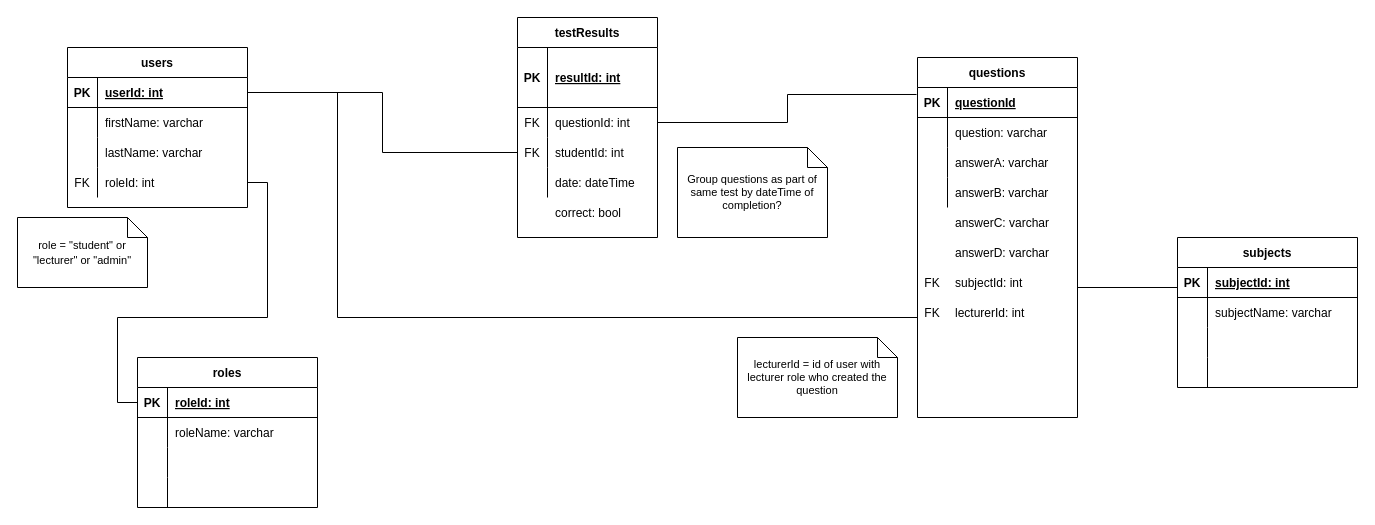
Before: Designs/csd db diagram.drawio in westoncollab/csd, a draw.io diagram. Source tidied: cells renumbered, new cells numbered last; positions are measured from the earlier drawing's top-left corner, leaving out a move shared by most shapes. Both pictures are drawn from the tidied source at 100%, with x=0, y=0 at pixel (17, 17).
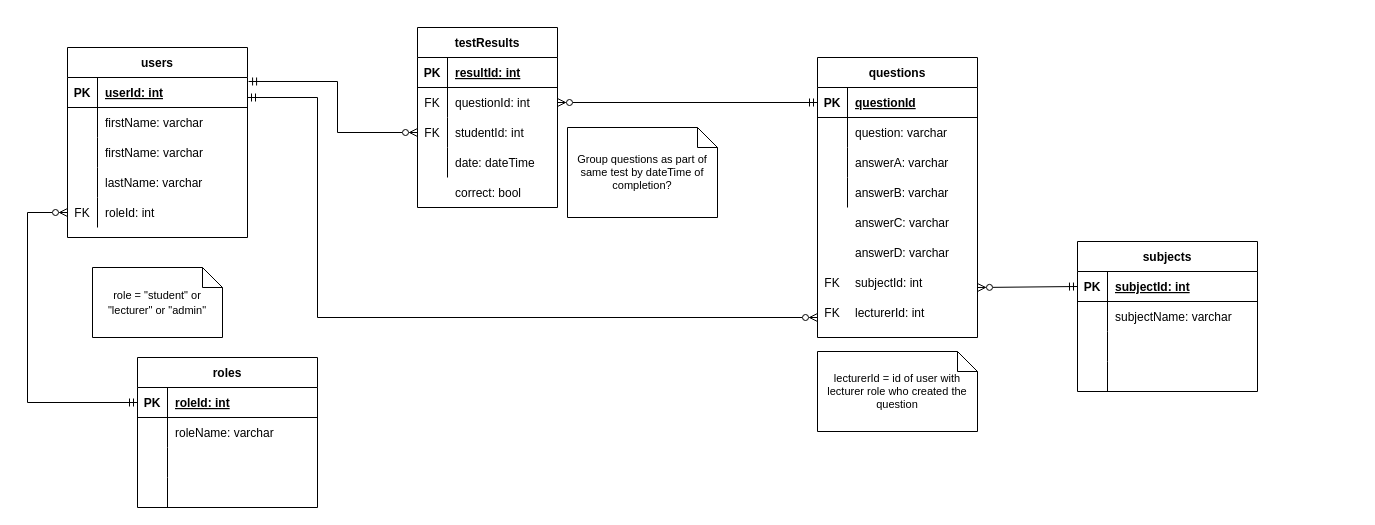
After the change.

Commit message:
add multiplicity/optionality to db diagram

The change refers to these unchanged cells:
```xml
<mxCell id="3" style="shape=tableRow;horizontal=0;startSize=0;swimlaneHead=0;swimlaneBody=0;fillColor=none;points=[[0,0.5],[1,0.5]];portConstraint=eastwest;top=0;left=0;right=0;bottom=1;" parent="2" vertex="1">
  <mxGeometry y="30" width="180" height="30" as="geometry" />
</mxCell>
<mxCell id="16" style="shape=tableRow;horizontal=0;startSize=0;swimlaneHead=0;swimlaneBody=0;fillColor=none;points=[[0,0.5],[1,0.5]];portConstraint=eastwest;top=0;left=0;right=0;bottom=1;" parent="15" vertex="1">
  <mxGeometry y="30" width="180" height="30" as="geometry" />
</mxCell>
<mxCell id="45" style="shape=tableRow;horizontal=0;startSize=0;swimlaneHead=0;swimlaneBody=0;fillColor=none;points=[[0,0.5],[1,0.5]];portConstraint=eastwest;top=0;left=0;right=0;bottom=1;" parent="44" vertex="1">
  <mxGeometry y="30" width="160" height="30" as="geometry" />
</mxCell>
<mxCell id="70" style="shape=tableRow;horizontal=0;startSize=0;swimlaneHead=0;swimlaneBody=0;fillColor=none;points=[[0,0.5],[1,0.5]];portConstraint=eastwest;top=0;left=0;right=0;bottom=1;fontSize=12;" parent="69" vertex="1">
  <mxGeometry y="30" width="180" height="30" as="geometry" />
</mxCell>
```

Diff of the diagram source:
```diff
@@
     <mxCell id="2" value="users" style="shape=table;startSize=30;childLayout=tableLayout;rowLines=0;fontStyle=1;align=center;" parent="1" vertex="1">
-      <mxGeometry x="50" y="30" width="180" height="160" as="geometry" />
+      <mxGeometry x="50" y="30" width="180" height="190" as="geometry" />
     </mxCell>
@@
+    <mxCell id="83" style="shape=tableRow;horizontal=0;startSize=0;swimlaneHead=0;swimlaneBody=0;fillColor=none;top=0;left=0;right=0;bottom=0;" parent="2" vertex="1">
+      <mxGeometry y="90" width="180" height="30" as="geometry" />
+    </mxCell>
+    <mxCell id="84" style="shape=partialRectangle;fillColor=none;top=0;left=0;bottom=0;right=0;overflow=hidden;" parent="83" vertex="1">
+      <mxGeometry width="30" height="30" as="geometry" />
+    </mxCell>
+    <mxCell id="85" value="firstName: varchar" style="shape=partialRectangle;fillColor=none;top=0;left=0;bottom=0;right=0;align=left;spacingLeft=6;overflow=hidden;" parent="83" vertex="1">
+      <mxGeometry x="30" width="150" height="30" as="geometry" />
+    </mxCell>
     <mxCell id="9" style="shape=tableRow;horizontal=0;startSize=0;swimlaneHead=0;swimlaneBody=0;fillColor=none;top=0;left=0;right=0;bottom=0;" parent="2" vertex="1">
-      <mxGeometry y="90" width="180" height="30" as="geometry" />
+      <mxGeometry y="120" width="180" height="30" as="geometry" />
     </mxCell>
@@
     <mxCell id="12" style="shape=tableRow;horizontal=0;startSize=0;swimlaneHead=0;swimlaneBody=0;fillColor=none;points=[[0,0.5],[1,0.5]];portConstraint=eastwest;top=0;left=0;right=0;bottom=0;" parent="2" vertex="1">
-      <mxGeometry y="120" width="180" height="30" as="geometry" />
+      <mxGeometry y="150" width="180" height="30" as="geometry" />
     </mxCell>
@@
     <mxCell id="15" value="subjects" style="shape=table;startSize=30;childLayout=tableLayout;rowLines=0;fontStyle=1;align=center;" parent="1" vertex="1">
-      <mxGeometry x="1160" y="220" width="180" height="150" as="geometry" />
+      <mxGeometry x="1060" y="224" width="180" height="150" as="geometry" />
     </mxCell>
@@
     <mxCell id="28" value="testResults" style="shape=table;startSize=30;childLayout=tableLayout;rowLines=0;fontStyle=1;align=center;" parent="1" vertex="1">
-      <mxGeometry x="500" width="140" height="220" as="geometry" />
+      <mxGeometry x="400" y="10" width="140" height="180" as="geometry" />
     </mxCell>
     <mxCell id="29" style="shape=tableRow;horizontal=0;startSize=0;swimlaneHead=0;swimlaneBody=0;fillColor=none;top=0;left=0;right=0;bottom=1;" parent="28" vertex="1">
-      <mxGeometry y="30" width="140" height="60" as="geometry" />
+      <mxGeometry y="30" width="140" height="30" as="geometry" />
     </mxCell>
     <mxCell id="30" value="PK" style="shape=partialRectangle;fillColor=none;top=0;left=0;bottom=0;right=0;fontStyle=1;overflow=hidden;" parent="29" vertex="1">
-      <mxGeometry width="30" height="60" as="geometry" />
+      <mxGeometry width="30" height="30" as="geometry" />
     </mxCell>
     <mxCell id="31" value="resultId: int" style="shape=partialRectangle;fillColor=none;top=0;left=0;bottom=0;right=0;align=left;spacingLeft=6;fontStyle=5;overflow=hidden;" parent="29" vertex="1">
-      <mxGeometry x="30" width="110" height="60" as="geometry" />
+      <mxGeometry x="30" width="110" height="30" as="geometry" />
     </mxCell>
     <mxCell id="32" style="shape=tableRow;horizontal=0;startSize=0;swimlaneHead=0;swimlaneBody=0;fillColor=none;points=[[0,0.5],[1,0.5]];portConstraint=eastwest;top=0;left=0;right=0;bottom=0;" parent="28" vertex="1">
-      <mxGeometry y="90" width="140" height="30" as="geometry" />
+      <mxGeometry y="60" width="140" height="30" as="geometry" />
     </mxCell>
@@
     <mxCell id="35" style="shape=tableRow;horizontal=0;startSize=0;swimlaneHead=0;swimlaneBody=0;fillColor=none;points=[[0,0.5],[1,0.5]];portConstraint=eastwest;top=0;left=0;right=0;bottom=0;" parent="28" vertex="1">
-      <mxGeometry y="120" width="140" height="30" as="geometry" />
+      <mxGeometry y="90" width="140" height="30" as="geometry" />
     </mxCell>
@@
     <mxCell id="38" style="shape=tableRow;horizontal=0;startSize=0;swimlaneHead=0;swimlaneBody=0;fillColor=none;top=0;left=0;right=0;bottom=0;" parent="28" vertex="1">
-      <mxGeometry y="150" width="140" height="30" as="geometry" />
+      <mxGeometry y="120" width="140" height="30" as="geometry" />
     </mxCell>
@@
-    <mxCell id="41" style="edgeStyle=orthogonalEdgeStyle;rounded=0;jettySize=auto;html=1;entryX=0;entryY=0.5;entryDx=0;entryDy=0;endArrow=none;endFill=0;" parent="1" edge="1" target="16">
+    <mxCell id="41" style="edgeStyle=orthogonalEdgeStyle;rounded=0;jettySize=auto;html=1;entryX=0;entryY=0.5;entryDx=0;entryDy=0;endArrow=ERmandOne;endFill=0;startArrow=ERzeroToMany;startFill=0;" parent="1" edge="1" target="16">
       <mxGeometry relative="1" as="geometry">
-        <mxPoint x="1060" y="270" as="sourcePoint" />
+        <mxPoint x="960" y="270" as="sourcePoint" />
         <Array as="points">
-          <mxPoint x="1160" y="270" />
+          <mxPoint x="1060" y="270" />
         </Array>
       </mxGeometry>
     </mxCell>
     <mxCell id="42" value="answerC: varchar" style="shape=partialRectangle;fillColor=none;top=0;left=0;bottom=0;right=0;align=left;spacingLeft=6;overflow=hidden;" parent="1" vertex="1">
-      <mxGeometry x="930" y="190" width="120" height="30" as="geometry" />
+      <mxGeometry x="830" y="190" width="120" height="30" as="geometry" />
     </mxCell>
     <mxCell id="43" value="answerD: varchar" style="shape=partialRectangle;fillColor=none;top=0;left=0;bottom=0;right=0;align=left;spacingLeft=6;overflow=hidden;" parent="1" vertex="1">
-      <mxGeometry x="930" y="220" width="120" height="30" as="geometry" />
+      <mxGeometry x="830" y="220" width="120" height="30" as="geometry" />
     </mxCell>
     <mxCell id="44" value="questions" style="shape=table;startSize=30;childLayout=tableLayout;rowLines=0;fontStyle=1;align=center;" parent="1" vertex="1">
-      <mxGeometry x="900" y="40" width="160" height="360" as="geometry" />
+      <mxGeometry x="800" y="40" width="160" height="280" as="geometry" />
     </mxCell>
@@
-    <mxCell id="57" style="edgeStyle=orthogonalEdgeStyle;rounded=0;jettySize=auto;html=1;exitX=1;exitY=0.5;exitDx=0;exitDy=0;entryX=-0.006;entryY=0.233;entryDx=0;entryDy=0;entryPerimeter=0;endArrow=none;endFill=0;" parent="1" edge="1" source="32" target="45">
+    <mxCell id="57" style="edgeStyle=orthogonalEdgeStyle;rounded=0;jettySize=auto;html=1;exitX=1;exitY=0.5;exitDx=0;exitDy=0;entryX=0;entryY=0.5;entryDx=0;entryDy=0;endArrow=ERmandOne;endFill=0;startArrow=ERzeroToMany;startFill=0;" parent="1" edge="1" source="32" target="45">
       <mxGeometry relative="1" as="geometry" />
     </mxCell>
-    <mxCell id="58" style="edgeStyle=orthogonalEdgeStyle;rounded=0;jettySize=auto;html=1;exitX=0;exitY=0.5;exitDx=0;exitDy=0;entryX=1;entryY=0.5;entryDx=0;entryDy=0;endArrow=none;endFill=0;" parent="1" edge="1" source="35" target="3">
-      <mxGeometry relative="1" as="geometry" />
+    <mxCell id="58" style="edgeStyle=orthogonalEdgeStyle;rounded=0;jettySize=auto;html=1;exitX=0;exitY=0.5;exitDx=0;exitDy=0;endArrow=ERmandOne;endFill=0;startArrow=ERzeroToMany;startFill=0;entryX=1.006;entryY=0.133;entryDx=0;entryDy=0;entryPerimeter=0;" parent="1" edge="1" source="35" target="3">
+      <mxGeometry relative="1" as="geometry">
+        <Array as="points">
+          <mxPoint x="320" y="115" />
+          <mxPoint x="320" y="64" />
+        </Array>
+      </mxGeometry>
     </mxCell>
     <mxCell id="59" value="correct: bool" style="shape=partialRectangle;fillColor=none;top=0;left=0;bottom=0;right=0;align=left;spacingLeft=6;overflow=hidden;" parent="1" vertex="1">
-      <mxGeometry x="530" y="180" width="150" height="30" as="geometry" />
+      <mxGeometry x="430" y="160" width="150" height="30" as="geometry" />
     </mxCell>
     <mxCell id="60" value="answerA: varchar" style="shape=partialRectangle;fillColor=none;top=0;left=0;bottom=0;right=0;align=left;spacingLeft=6;overflow=hidden;" parent="1" vertex="1">
-      <mxGeometry x="930" y="130" width="120" height="30" as="geometry" />
+      <mxGeometry x="830" y="130" width="120" height="30" as="geometry" />
     </mxCell>
     <mxCell id="61" value="subjectId: int" style="shape=partialRectangle;fillColor=none;top=0;left=0;bottom=0;right=0;align=left;spacingLeft=6;overflow=hidden;" parent="1" vertex="1">
-      <mxGeometry x="930" y="250" width="120" height="30" as="geometry" />
+      <mxGeometry x="830" y="250" width="120" height="30" as="geometry" />
     </mxCell>
     <mxCell id="62" value="FK" style="shape=partialRectangle;fillColor=none;top=0;left=0;bottom=0;right=0;overflow=hidden;" parent="1" vertex="1">
-      <mxGeometry x="900" y="250" width="30" height="30" as="geometry" />
+      <mxGeometry x="800" y="250" width="30" height="30" as="geometry" />
     </mxCell>
     <mxCell id="63" value="lecturerId: int" style="shape=partialRectangle;fillColor=none;top=0;left=0;bottom=0;right=0;align=left;spacingLeft=6;overflow=hidden;" parent="1" vertex="1">
-      <mxGeometry x="930" y="280" width="120" height="30" as="geometry" />
+      <mxGeometry x="830" y="280" width="120" height="30" as="geometry" />
     </mxCell>
     <mxCell id="64" value="FK" style="shape=partialRectangle;fillColor=none;top=0;left=0;bottom=0;right=0;overflow=hidden;" parent="1" vertex="1">
-      <mxGeometry x="900" y="280" width="30" height="30" as="geometry" />
+      <mxGeometry x="800" y="280" width="30" height="30" as="geometry" />
     </mxCell>
-    <mxCell id="65" style="edgeStyle=orthogonalEdgeStyle;rounded=0;jettySize=auto;html=1;exitX=1;exitY=0.5;exitDx=0;exitDy=0;endArrow=none;endFill=0;" parent="1" edge="1" source="3">
+    <mxCell id="65" style="edgeStyle=orthogonalEdgeStyle;rounded=0;orthogonalLoop=1;jettySize=auto;html=1;endArrow=ERzeroToMany;endFill=0;startArrow=ERmandOne;startFill=0;" parent="1" edge="1">
       <mxGeometry relative="1" as="geometry">
-        <mxPoint x="900" y="300" as="targetPoint" />
+        <mxPoint x="230" y="80" as="sourcePoint" />
+        <mxPoint x="800" y="300" as="targetPoint" />
         <Array as="points">
-          <mxPoint x="320" y="75" />
-          <mxPoint x="320" y="300" />
+          <mxPoint x="300" y="80" />
+          <mxPoint x="300" y="300" />
         </Array>
       </mxGeometry>
     </mxCell>
     <mxCell id="66" value="&lt;font style=&quot;font-size: 11px;&quot;&gt;role = &quot;student&quot; or &quot;lecturer&quot; or &quot;admin&quot;&lt;/font&gt;" style="shape=note;size=20;whiteSpace=wrap;html=1;" parent="1" vertex="1">
-      <mxGeometry y="200" width="130" height="70" as="geometry" />
+      <mxGeometry x="75" y="250" width="130" height="70" as="geometry" />
     </mxCell>
     <mxCell id="67" value="lecturerId = id of user with lecturer role who created the question" style="shape=note;size=20;whiteSpace=wrap;html=1;fontSize=11;" parent="1" vertex="1">
-      <mxGeometry x="720" y="320" width="160" height="80" as="geometry" />
+      <mxGeometry x="800" y="334" width="160" height="80" as="geometry" />
     </mxCell>
     <mxCell id="68" value="Group questions as part of same test by dateTime of completion?" style="shape=note;size=20;whiteSpace=wrap;html=1;fontSize=11;" parent="1" vertex="1">
-      <mxGeometry x="660" y="130" width="150" height="90" as="geometry" />
+      <mxGeometry x="550" y="110" width="150" height="90" as="geometry" />
     </mxCell>
@@
-    <mxCell id="82" style="edgeStyle=orthogonalEdgeStyle;rounded=0;jettySize=auto;html=1;exitX=1;exitY=0.5;exitDx=0;exitDy=0;entryX=0;entryY=0.5;entryDx=0;entryDy=0;fontSize=12;endArrow=none;endFill=0;" parent="1" edge="1" source="12" target="70">
+    <mxCell id="82" style="edgeStyle=orthogonalEdgeStyle;rounded=0;jettySize=auto;html=1;exitX=0;exitY=0.5;exitDx=0;exitDy=0;entryX=0;entryY=0.5;entryDx=0;entryDy=0;fontSize=12;endArrow=ERmandOne;endFill=0;startArrow=ERzeroToMany;startFill=0;" parent="1" edge="1" source="12" target="70">
       <mxGeometry relative="1" as="geometry">
         <Array as="points">
-          <mxPoint x="250" y="165" />
-          <mxPoint x="250" y="300" />
-          <mxPoint x="100" y="300" />
-          <mxPoint x="100" y="385" />
+          <mxPoint x="10" y="195" />
+          <mxPoint x="10" y="385" />
         </Array>
       </mxGeometry>
     </mxCell>
```
